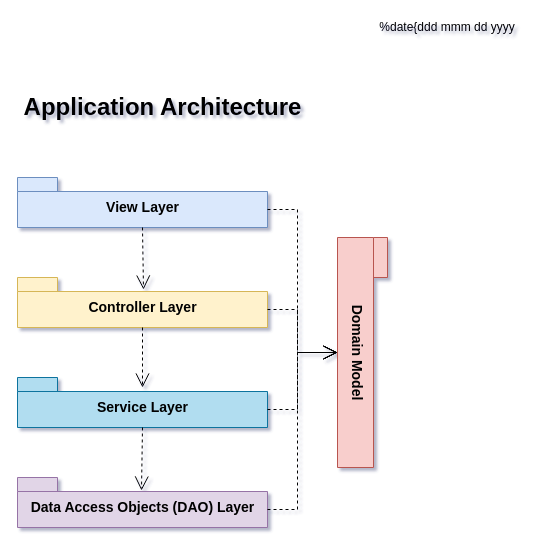
Earlier version of the draw.io diagram page "Application Architecture" (1 of 8) of diagrams/CourseMgtApp.drawio (pKolok/myy803_MgtApp_2022). Source tidied: cells renumbered, new cells numbered last; positions are measured from the earlier drawing's top-left corner, leaving out a move shared by most shapes. Both pictures are drawn from the tidied source at 100%, with x=0, y=0 at pixel (17, 17).
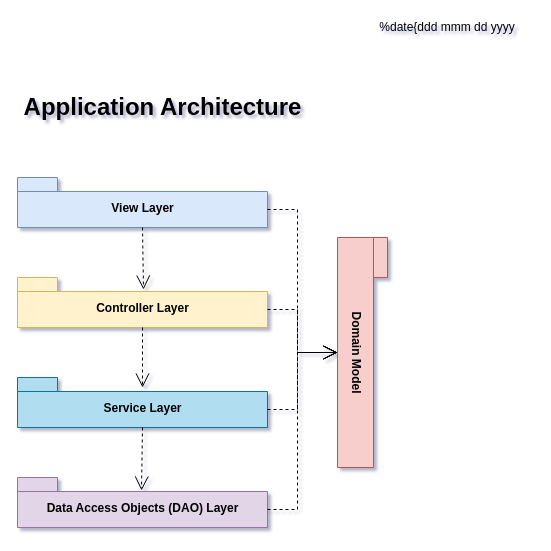
The same page after the edit.

What changed in the source:
```diff
@@
-    <mxCell id="2" value="View Layer" style="shape=folder;fontStyle=1;spacingTop=10;tabWidth=40;tabHeight=14;tabPosition=left;html=1;fillColor=#dae8fc;strokeColor=#6c8ebf;fontSize=14;" parent="1" vertex="1">
+    <mxCell id="2" value="&lt;font style=&quot;font-size: 12px;&quot;&gt;View Layer&lt;/font&gt;" style="shape=folder;fontStyle=1;spacingTop=10;tabWidth=40;tabHeight=14;tabPosition=left;html=1;fillColor=#dae8fc;strokeColor=#6c8ebf;fontSize=14;" parent="1" vertex="1">
       <mxGeometry y="160" width="250" height="50" as="geometry" />
     </mxCell>
-    <mxCell id="3" value="Controller Layer" style="shape=folder;fontStyle=1;spacingTop=10;tabWidth=40;tabHeight=14;tabPosition=left;html=1;fillColor=#fff2cc;strokeColor=#d6b656;fontSize=14;" parent="1" vertex="1">
+    <mxCell id="3" value="&lt;font style=&quot;font-size: 12px;&quot;&gt;Controller Layer&lt;/font&gt;" style="shape=folder;fontStyle=1;spacingTop=10;tabWidth=40;tabHeight=14;tabPosition=left;html=1;fillColor=#fff2cc;strokeColor=#d6b656;fontSize=14;" parent="1" vertex="1">
       <mxGeometry y="260" width="250" height="50" as="geometry" />
     </mxCell>
-    <mxCell id="4" value="Service Layer" style="shape=folder;fontStyle=1;spacingTop=10;tabWidth=40;tabHeight=14;tabPosition=left;html=1;fillColor=#b1ddf0;strokeColor=#10739e;fontSize=14;" parent="1" vertex="1">
+    <mxCell id="4" value="&lt;font style=&quot;font-size: 12px;&quot;&gt;Service Layer&lt;/font&gt;" style="shape=folder;fontStyle=1;spacingTop=10;tabWidth=40;tabHeight=14;tabPosition=left;html=1;fillColor=#b1ddf0;strokeColor=#10739e;fontSize=14;" parent="1" vertex="1">
       <mxGeometry y="360" width="250" height="50" as="geometry" />
     </mxCell>
-    <mxCell id="5" value="Data Access Objects (DAO) Layer" style="shape=folder;fontStyle=1;spacingTop=10;tabWidth=40;tabHeight=14;tabPosition=left;html=1;fillColor=#e1d5e7;strokeColor=#9673a6;fontSize=14;" parent="1" vertex="1">
+    <mxCell id="5" value="&lt;font style=&quot;font-size: 12px;&quot;&gt;Data Access Objects (DAO) Layer&lt;/font&gt;" style="shape=folder;fontStyle=1;spacingTop=10;tabWidth=40;tabHeight=14;tabPosition=left;html=1;fillColor=#e1d5e7;strokeColor=#9673a6;fontSize=14;" parent="1" vertex="1">
       <mxGeometry y="460" width="250" height="50" as="geometry" />
     </mxCell>
-    <mxCell id="6" value="Domain Model" style="shape=folder;fontStyle=1;spacingTop=10;tabWidth=40;tabHeight=14;tabPosition=left;html=1;fillColor=#f8cecc;strokeColor=#b85450;rotation=90;fontSize=14;" parent="1" vertex="1">
+    <mxCell id="6" value="&lt;font style=&quot;font-size: 12px;&quot;&gt;Domain Model&lt;/font&gt;" style="shape=folder;fontStyle=1;spacingTop=10;tabWidth=40;tabHeight=14;tabPosition=left;html=1;fillColor=#f8cecc;strokeColor=#b85450;rotation=90;fontSize=14;" parent="1" vertex="1">
       <mxGeometry x="230" y="310" width="230" height="50" as="geometry" />
     </mxCell>
```
